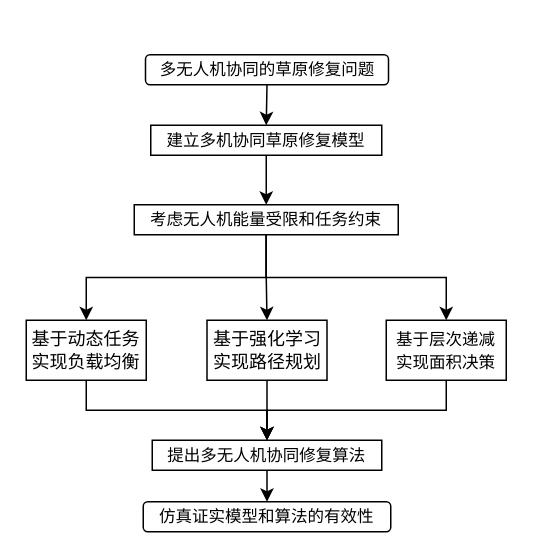
VictoryHero/DrawIO keeps this draw.io diagram as graduate/Process/ProcessOn.drawio. Above is the earlier version. Source tidied: cells renumbered, new cells numbered last; positions are measured from the earlier drawing's top-left corner, leaving out a move shared by most shapes. Both pictures are drawn from the tidied source at 150%, with x=0, y=0 at pixel (26, 54).
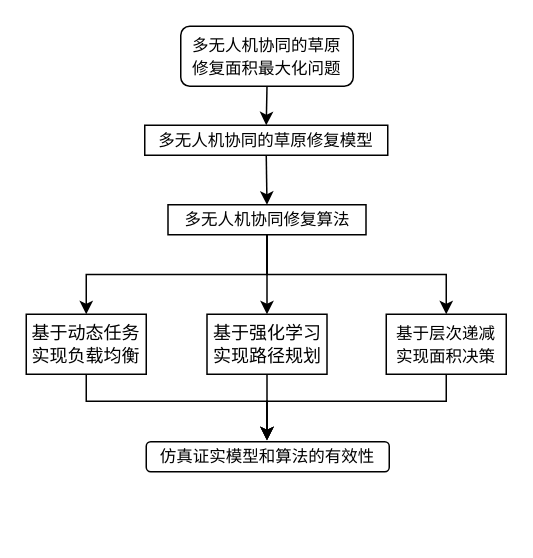
After the change.

The edit, as a diff of the source:
```diff
@@
-    <mxCell id="2" style="edgeStyle=orthogonalEdgeStyle;rounded=0;jettySize=auto;html=1;exitX=0.5;exitY=1;exitDx=0;exitDy=0;entryX=0.5;entryY=0;entryDx=0;entryDy=0;fontFamily=宋体;fontSize=12;" parent="1" edge="1" source="3" target="5">
+    <mxCell id="2" style="edgeStyle=orthogonalEdgeStyle;rounded=0;jettySize=auto;html=1;exitX=0.5;exitY=1;exitDx=0;exitDy=0;entryX=0.5;entryY=0;entryDx=0;entryDy=0;" parent="1" edge="1" source="3" target="5">
       <mxGeometry relative="1" as="geometry" />
     </mxCell>
-    <mxCell id="3" value="&lt;font style=&quot;font-size: 11px;&quot; face=&quot;宋体&quot;&gt;多无人机协同的草原修复问题&lt;/font&gt;" style="rounded=1;whiteSpace=wrap;html=1;glass=0;shadow=0;sketch=0;gradientColor=none;align=center;" parent="1" vertex="1">
-      <mxGeometry x="79.5" width="162" height="20" as="geometry" />
+    <mxCell id="3" value="&lt;font style=&quot;font-size: 11px;&quot; face=&quot;宋体&quot;&gt;多无人机协同的草原&lt;br&gt;修复面积最大化问题&lt;/font&gt;" style="rounded=1;whiteSpace=wrap;html=1;glass=0;shadow=0;sketch=0;gradientColor=none;align=center;" parent="1" vertex="1">
+      <mxGeometry x="103" y="-19" width="115" height="40" as="geometry" />
     </mxCell>
-    <mxCell id="4" style="edgeStyle=orthogonalEdgeStyle;rounded=0;jettySize=auto;html=1;exitX=0.5;exitY=1;exitDx=0;exitDy=0;" parent="1" edge="1" source="5" target="9">
+    <mxCell id="4" style="edgeStyle=orthogonalEdgeStyle;rounded=0;jettySize=auto;html=1;exitX=0.5;exitY=1;exitDx=0;exitDy=0;entryX=0.5;entryY=0;entryDx=0;entryDy=0;" parent="1" edge="1" source="5" target="9">
       <mxGeometry relative="1" as="geometry" />
     </mxCell>
-    <mxCell id="5" value="&lt;font style=&quot;font-size: 11px;&quot; face=&quot;宋体&quot;&gt;建立多机协同草原修复模型&lt;/font&gt;" style="rounded=0;whiteSpace=wrap;html=1;" parent="1" vertex="1">
-      <mxGeometry x="83" y="47" width="154" height="20" as="geometry" />
+    <mxCell id="5" value="&lt;font style=&quot;font-size: 11px;&quot; face=&quot;宋体&quot;&gt;多无人机协同的草原修复模型&lt;/font&gt;" style="rounded=0;whiteSpace=wrap;html=1;" parent="1" vertex="1">
+      <mxGeometry x="79" y="47" width="162" height="20" as="geometry" />
     </mxCell>
@@
-    <mxCell id="9" value="&lt;font style=&quot;font-size: 11px;&quot; face=&quot;宋体&quot;&gt;考虑无人机能量受限和任务约束&lt;/font&gt;" style="rounded=0;whiteSpace=wrap;html=1;" parent="1" vertex="1">
-      <mxGeometry x="72" y="100" width="176" height="20" as="geometry" />
+    <mxCell id="9" value="&lt;span style=&quot;font-family: 宋体; font-size: 11px;&quot;&gt;多无人机协同修复算法&lt;/span&gt;" style="rounded=0;whiteSpace=wrap;html=1;" parent="1" vertex="1">
+      <mxGeometry x="94.5" y="100" width="132" height="20" as="geometry" />
     </mxCell>
-    <mxCell id="10" style="edgeStyle=orthogonalEdgeStyle;rounded=0;jettySize=auto;html=1;exitX=0.5;exitY=1;exitDx=0;exitDy=0;fontFamily=宋体;fontSize=12;" parent="1" edge="1" source="11" target="17">
-      <mxGeometry relative="1" as="geometry" />
+    <mxCell id="10" style="edgeStyle=orthogonalEdgeStyle;rounded=0;jettySize=auto;html=1;exitX=0.5;exitY=1;exitDx=0;exitDy=0;fontFamily=宋体;fontSize=12;" parent="1" edge="1" source="11">
+      <mxGeometry relative="1" as="geometry">
+        <mxPoint x="160.5" y="257" as="targetPoint" />
+      </mxGeometry>
     </mxCell>
     <mxCell id="11" value="&lt;font face=&quot;宋体&quot; style=&quot;font-size: 12px;&quot;&gt;基于强化学习&lt;br style=&quot;font-size: 11px;&quot;&gt;实现路径规划&lt;/font&gt;" style="rounded=0;whiteSpace=wrap;html=1;fontSize=11;" parent="1" vertex="1">
-      <mxGeometry x="120.5" y="177" width="80" height="40" as="geometry" />
+      <mxGeometry x="120.5" y="173" width="80" height="40" as="geometry" />
     </mxCell>
-    <mxCell id="12" style="edgeStyle=orthogonalEdgeStyle;rounded=0;jettySize=auto;html=1;exitX=0.5;exitY=1;exitDx=0;exitDy=0;" parent="1" edge="1" source="13" target="17">
-      <mxGeometry relative="1" as="geometry" />
+    <mxCell id="12" style="edgeStyle=orthogonalEdgeStyle;rounded=0;jettySize=auto;html=1;exitX=0.5;exitY=1;exitDx=0;exitDy=0;" parent="1" edge="1" source="13">
+      <mxGeometry relative="1" as="geometry">
+        <mxPoint x="160.5" y="257" as="targetPoint" />
+        <Array as="points">
+          <mxPoint x="40" y="231" />
+          <mxPoint x="160" y="231" />
+        </Array>
+      </mxGeometry>
     </mxCell>
     <mxCell id="13" value="&lt;font face=&quot;宋体&quot;&gt;基于动态任务&lt;br&gt;实现负载均衡&lt;/font&gt;" style="rounded=0;whiteSpace=wrap;html=1;" parent="1" vertex="1">
-      <mxGeometry y="177" width="80" height="40" as="geometry" />
+      <mxGeometry y="173" width="80" height="40" as="geometry" />
     </mxCell>
-    <mxCell id="14" style="edgeStyle=orthogonalEdgeStyle;rounded=0;jettySize=auto;html=1;exitX=0.5;exitY=1;exitDx=0;exitDy=0;entryX=0.5;entryY=0;entryDx=0;entryDy=0;" parent="1" edge="1" source="15" target="17">
-      <mxGeometry relative="1" as="geometry" />
+    <mxCell id="14" style="edgeStyle=orthogonalEdgeStyle;rounded=0;jettySize=auto;html=1;exitX=0.5;exitY=1;exitDx=0;exitDy=0;entryX=0.5;entryY=0;entryDx=0;entryDy=0;" parent="1" edge="1" source="15">
+      <mxGeometry relative="1" as="geometry">
+        <mxPoint x="160.5" y="257" as="targetPoint" />
+        <Array as="points">
+          <mxPoint x="280" y="231" />
+          <mxPoint x="160" y="231" />
+        </Array>
+      </mxGeometry>
     </mxCell>
     <mxCell id="15" value="&lt;font style=&quot;font-size: 11px;&quot; face=&quot;宋体&quot;&gt;基于层次递减&lt;br style=&quot;font-size: 11px;&quot;&gt;实现面积决策&lt;/font&gt;" style="rounded=0;whiteSpace=wrap;html=1;" parent="1" vertex="1">
-      <mxGeometry x="240" y="177" width="80" height="40" as="geometry" />
+      <mxGeometry x="240" y="173" width="80" height="40" as="geometry" />
     </mxCell>
-    <mxCell id="16" style="edgeStyle=orthogonalEdgeStyle;rounded=0;jettySize=auto;html=1;exitX=0.5;exitY=1;exitDx=0;exitDy=0;entryX=0.5;entryY=0;entryDx=0;entryDy=0;fontFamily=宋体;fontSize=12;" parent="1" edge="1" source="17" target="18">
-      <mxGeometry relative="1" as="geometry" />
-    </mxCell>
-    <mxCell id="17" value="&lt;font style=&quot;font-size: 11px;&quot; face=&quot;宋体&quot;&gt;提出多无人机协同修复算法&lt;/font&gt;" style="rounded=0;whiteSpace=wrap;html=1;" parent="1" vertex="1">
-      <mxGeometry x="84" y="257" width="153" height="20" as="geometry" />
-    </mxCell>
     <mxCell id="18" value="&lt;font style=&quot;font-size: 11px;&quot; face=&quot;宋体&quot;&gt;仿真证实模型和算法的有效性&lt;/font&gt;" style="rounded=1;whiteSpace=wrap;html=1;glass=0;shadow=0;sketch=0;gradientColor=none;" parent="1" vertex="1">
-      <mxGeometry x="78" y="298" width="165" height="20" as="geometry" />
+      <mxGeometry x="80" y="258" width="162" height="20" as="geometry" />
     </mxCell>
```
